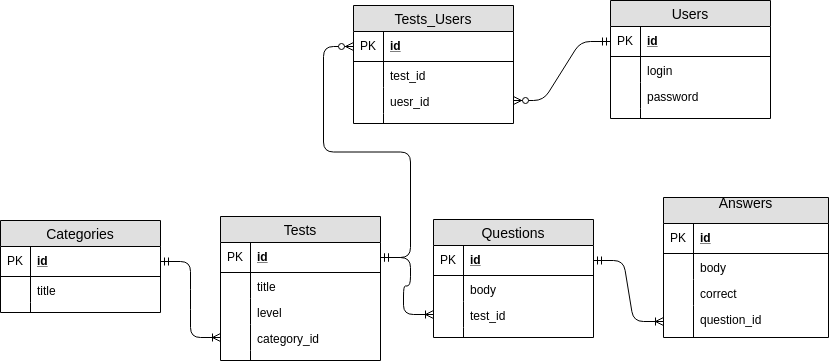
This is TestGuru-Page-1.png from Lerati00/my_test_repository, a draw.io export, as it was before one commit. Source tidied: cells renumbered, new cells last; positions are measured from the earlier drawing's top-left corner, leaving out a move shared by most shapes.
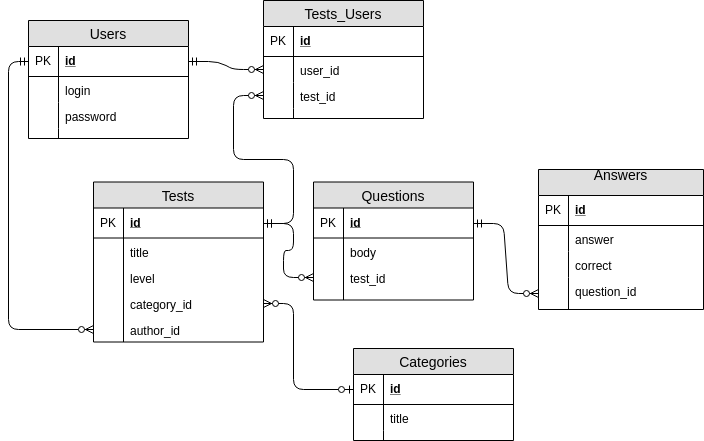
Later version of the same file.

Diff of the diagram source:
```diff
@@ -2,11 +2,8 @@
   <root>
     <mxCell id="0" />
     <mxCell id="1" parent="0" />
-    <mxCell id="2" style="edgeStyle=entityRelationEdgeStyle;fontSize=12;html=1;endArrow=ERmandOne;startArrow=ERzeroToMany;exitX=1;exitY=0.5;exitDx=0;exitDy=0;startFill=1;endFill=0;entryX=0;entryY=0.5;entryDx=0;entryDy=0;" parent="1" edge="1" source="53" target="40">
-      <mxGeometry relative="1" as="geometry" />
-    </mxCell>
     <mxCell id="3" value="Answers&#10;" style="swimlane;fontStyle=0;horizontal=1;startSize=26;fillColor=#e0e0e0;swimlaneFillColor=#ffffff;align=center;fontSize=14;" parent="1" vertex="1">
-      <mxGeometry x="663" y="197" width="165" height="140" as="geometry" />
+      <mxGeometry x="645" y="120" width="165" height="140" as="geometry" />
     </mxCell>
     <mxCell id="4" value="id" style="shape=partialRectangle;top=0;left=0;right=0;bottom=1;align=left;verticalAlign=middle;fillColor=none;spacingLeft=34;spacingRight=4;overflow=hidden;fontStyle=5;fontSize=12;" parent="3" vertex="1">
       <mxGeometry y="26" width="165" height="30" as="geometry" />
@@ -14,7 +11,7 @@
     <mxCell id="5" value="PK" style="shape=partialRectangle;top=0;left=0;bottom=0;fillColor=none;align=left;verticalAlign=middle;spacingLeft=4;spacingRight=4;overflow=hidden;fontSize=12;" parent="4" vertex="1">
       <mxGeometry width="30" height="30" as="geometry" />
     </mxCell>
-    <mxCell id="6" value="body&#10;&#10;" style="shape=partialRectangle;top=0;left=0;right=0;bottom=0;align=left;verticalAlign=top;fillColor=none;spacingLeft=34;spacingRight=4;overflow=hidden;fontSize=12;" parent="3" vertex="1">
+    <mxCell id="6" value="answer" style="shape=partialRectangle;top=0;left=0;right=0;bottom=0;align=left;verticalAlign=top;fillColor=none;spacingLeft=34;spacingRight=4;overflow=hidden;fontSize=12;" parent="3" vertex="1">
       <mxGeometry y="56" width="165" height="26" as="geometry" />
     </mxCell>
     <mxCell id="7" style="shape=partialRectangle;top=0;left=0;bottom=0;fillColor=none;align=left;verticalAlign=top;spacingLeft=4;spacingRight=4;overflow=hidden;fontSize=12;" parent="6" vertex="1">
@@ -33,7 +30,7 @@
       <mxGeometry width="30" height="32" as="geometry" />
     </mxCell>
     <mxCell id="12" value="Questions" style="swimlane;fontStyle=0;horizontal=1;startSize=26;fillColor=#e0e0e0;swimlaneFillColor=#ffffff;align=center;fontSize=14;" parent="1" vertex="1">
-      <mxGeometry x="433" y="219" width="160" height="118" as="geometry" />
+      <mxGeometry x="420" y="132.5" width="160" height="118" as="geometry" />
     </mxCell>
     <mxCell id="13" value="id" style="shape=partialRectangle;top=0;left=0;right=0;bottom=1;align=left;verticalAlign=middle;fillColor=none;spacingLeft=34;spacingRight=4;overflow=hidden;points=[[0,0.5],[1,0.5]];portConstraint=eastwest;fontStyle=5;fontSize=12;" parent="12" vertex="1">
       <mxGeometry y="26" width="160" height="30" as="geometry" />
@@ -60,40 +57,40 @@
       <mxGeometry width="30" height="10" as="geometry" />
     </mxCell>
     <mxCell id="21" value="Tests" style="swimlane;fontStyle=0;horizontal=1;startSize=26;fillColor=#e0e0e0;swimlaneFillColor=#ffffff;align=center;fontSize=14;" parent="1" vertex="1">
-      <mxGeometry x="220" y="216" width="160" height="144" as="geometry" />
+      <mxGeometry x="200" y="132.5" width="170" height="160" as="geometry" />
     </mxCell>
     <mxCell id="22" value="id" style="shape=partialRectangle;top=0;left=0;right=0;bottom=1;align=left;verticalAlign=middle;fillColor=none;spacingLeft=34;spacingRight=4;overflow=hidden;points=[[0,0.5],[1,0.5]];portConstraint=eastwest;fontStyle=5;fontSize=12;" parent="21" vertex="1">
-      <mxGeometry y="26" width="160" height="30" as="geometry" />
+      <mxGeometry y="26" width="170" height="30" as="geometry" />
     </mxCell>
     <mxCell id="23" value="PK" style="shape=partialRectangle;top=0;left=0;bottom=0;fillColor=none;align=left;verticalAlign=middle;spacingLeft=4;spacingRight=4;overflow=hidden;fontSize=12;" parent="22" vertex="1">
       <mxGeometry width="30" height="30" as="geometry" />
     </mxCell>
     <mxCell id="24" value="title" style="shape=partialRectangle;top=0;left=0;right=0;bottom=0;align=left;verticalAlign=top;fillColor=none;spacingLeft=34;spacingRight=4;overflow=hidden;fontSize=12;" parent="21" vertex="1">
-      <mxGeometry y="56" width="160" height="26" as="geometry" />
+      <mxGeometry y="56" width="170" height="26" as="geometry" />
     </mxCell>
     <mxCell id="25" style="shape=partialRectangle;top=0;left=0;bottom=0;fillColor=none;align=left;verticalAlign=top;spacingLeft=4;spacingRight=4;overflow=hidden;fontSize=12;" parent="24" vertex="1">
       <mxGeometry width="30" height="26" as="geometry" />
     </mxCell>
     <mxCell id="26" value="level" style="shape=partialRectangle;top=0;left=0;right=0;bottom=0;align=left;verticalAlign=top;fillColor=none;spacingLeft=34;spacingRight=4;overflow=hidden;fontSize=12;" parent="21" vertex="1">
-      <mxGeometry y="82" width="160" height="26" as="geometry" />
+      <mxGeometry y="82" width="170" height="26" as="geometry" />
     </mxCell>
     <mxCell id="27" style="shape=partialRectangle;top=0;left=0;bottom=0;fillColor=none;align=left;verticalAlign=top;spacingLeft=4;spacingRight=4;overflow=hidden;fontSize=12;" parent="26" vertex="1">
       <mxGeometry width="30" height="26" as="geometry" />
     </mxCell>
     <mxCell id="28" value="category_id" style="shape=partialRectangle;top=0;left=0;right=0;bottom=0;align=left;verticalAlign=top;fillColor=none;spacingLeft=34;spacingRight=4;overflow=hidden;points=[[0,0.5],[1,0.5]];portConstraint=eastwest;fontSize=12;" parent="21" vertex="1">
-      <mxGeometry y="108" width="160" height="26" as="geometry" />
+      <mxGeometry y="108" width="170" height="26" as="geometry" />
     </mxCell>
     <mxCell id="29" style="shape=partialRectangle;top=0;left=0;bottom=0;fillColor=none;align=left;verticalAlign=top;spacingLeft=4;spacingRight=4;overflow=hidden;fontSize=12;" parent="28" vertex="1">
       <mxGeometry width="30" height="26" as="geometry" />
     </mxCell>
-    <mxCell id="30" style="shape=partialRectangle;top=0;left=0;right=0;bottom=0;align=left;verticalAlign=top;fillColor=none;spacingLeft=34;spacingRight=4;overflow=hidden;points=[[0,0.5],[1,0.5]];portConstraint=eastwest;fontSize=12;" parent="21" vertex="1">
-      <mxGeometry y="134" width="160" height="10" as="geometry" />
+    <mxCell id="30" value="author_id&#10;&#10;" style="shape=partialRectangle;top=0;left=0;right=0;bottom=0;align=left;verticalAlign=top;fillColor=none;spacingLeft=34;spacingRight=4;overflow=hidden;points=[[0,0.5],[1,0.5]];portConstraint=eastwest;fontSize=12;" parent="21" vertex="1">
+      <mxGeometry y="134" width="170" height="26" as="geometry" />
     </mxCell>
     <mxCell id="31" style="shape=partialRectangle;top=0;left=0;bottom=0;fillColor=none;align=left;verticalAlign=top;spacingLeft=4;spacingRight=4;overflow=hidden;fontSize=12;" parent="30" vertex="1">
-      <mxGeometry width="30" height="10" as="geometry" />
+      <mxGeometry width="30" height="26" as="geometry" />
     </mxCell>
     <mxCell id="32" value="Categories" style="swimlane;fontStyle=0;horizontal=1;startSize=26;fillColor=#e0e0e0;swimlaneFillColor=#ffffff;align=center;fontSize=14;" parent="1" vertex="1">
-      <mxGeometry y="220" width="160" height="92" as="geometry" />
+      <mxGeometry x="460" y="299" width="160" height="92" as="geometry" />
     </mxCell>
     <mxCell id="33" value="id" style="shape=partialRectangle;top=0;left=0;right=0;bottom=1;align=left;verticalAlign=middle;fillColor=none;spacingLeft=34;spacingRight=4;overflow=hidden;points=[[0,0.5],[1,0.5]];portConstraint=eastwest;fontStyle=5;fontSize=12;" parent="32" vertex="1">
       <mxGeometry y="26" width="160" height="30" as="geometry" />
@@ -113,8 +110,35 @@
     <mxCell id="38" style="shape=partialRectangle;top=0;left=0;bottom=0;fillColor=none;align=left;verticalAlign=top;spacingLeft=4;spacingRight=4;overflow=hidden;fontSize=12;" parent="37" vertex="1">
       <mxGeometry width="30" height="10" as="geometry" />
     </mxCell>
+    <mxCell id="48" value="Tests_Users" style="swimlane;fontStyle=0;horizontal=1;startSize=26;fillColor=#e0e0e0;swimlaneFillColor=#ffffff;align=center;fontSize=14;" parent="1" vertex="1">
+      <mxGeometry x="370" y="-49" width="160" height="118" as="geometry" />
+    </mxCell>
+    <mxCell id="49" value="id" style="shape=partialRectangle;top=0;left=0;right=0;bottom=1;align=left;verticalAlign=middle;fillColor=none;spacingLeft=34;spacingRight=4;overflow=hidden;points=[[0,0.5],[1,0.5]];portConstraint=eastwest;fontStyle=5;fontSize=12;" parent="48" vertex="1">
+      <mxGeometry y="26" width="160" height="30" as="geometry" />
+    </mxCell>
+    <mxCell id="50" value="PK" style="shape=partialRectangle;top=0;left=0;bottom=0;fillColor=none;align=left;verticalAlign=middle;spacingLeft=4;spacingRight=4;overflow=hidden;fontSize=12;" parent="49" vertex="1">
+      <mxGeometry width="30" height="30" as="geometry" />
+    </mxCell>
+    <mxCell id="53" value="user_id" style="shape=partialRectangle;top=0;left=0;right=0;bottom=0;align=left;verticalAlign=top;fillColor=none;spacingLeft=34;spacingRight=4;overflow=hidden;points=[[0,0.5],[1,0.5]];portConstraint=eastwest;fontSize=12;" parent="48" vertex="1">
+      <mxGeometry y="56" width="160" height="26" as="geometry" />
+    </mxCell>
+    <mxCell id="54" style="shape=partialRectangle;top=0;left=0;bottom=0;fillColor=none;align=left;verticalAlign=top;spacingLeft=4;spacingRight=4;overflow=hidden;fontSize=12;" parent="53" vertex="1">
+      <mxGeometry width="30" height="26" as="geometry" />
+    </mxCell>
+    <mxCell id="51" value="test_id" style="shape=partialRectangle;top=0;left=0;right=0;bottom=0;align=left;verticalAlign=top;fillColor=none;spacingLeft=34;spacingRight=4;overflow=hidden;points=[[0,0.5],[1,0.5]];portConstraint=eastwest;fontSize=12;" parent="48" vertex="1">
+      <mxGeometry y="82" width="160" height="26" as="geometry" />
+    </mxCell>
+    <mxCell id="52" style="shape=partialRectangle;top=0;left=0;bottom=0;fillColor=none;align=left;verticalAlign=top;spacingLeft=4;spacingRight=4;overflow=hidden;fontSize=12;" parent="51" vertex="1">
+      <mxGeometry width="30" height="26" as="geometry" />
+    </mxCell>
+    <mxCell id="55" style="shape=partialRectangle;top=0;left=0;right=0;bottom=0;align=left;verticalAlign=top;fillColor=none;spacingLeft=34;spacingRight=4;overflow=hidden;fontSize=12;" parent="48" vertex="1">
+      <mxGeometry y="108" width="160" height="10" as="geometry" />
+    </mxCell>
+    <mxCell id="56" style="shape=partialRectangle;top=0;left=0;bottom=0;fillColor=none;align=left;verticalAlign=top;spacingLeft=4;spacingRight=4;overflow=hidden;fontSize=12;" parent="55" vertex="1">
+      <mxGeometry width="30" height="10" as="geometry" />
+    </mxCell>
     <mxCell id="39" value="Users" style="swimlane;fontStyle=0;horizontal=1;startSize=26;fillColor=#e0e0e0;swimlaneFillColor=#ffffff;align=center;fontSize=14;" parent="1" vertex="1">
-      <mxGeometry x="610" width="160" height="118" as="geometry" />
+      <mxGeometry x="135" y="-29" width="160" height="118" as="geometry" />
     </mxCell>
     <mxCell id="40" value="id" style="shape=partialRectangle;top=0;left=0;right=0;bottom=1;align=left;verticalAlign=middle;fillColor=none;spacingLeft=34;spacingRight=4;overflow=hidden;points=[[0,0.5],[1,0.5]];portConstraint=eastwest;fontStyle=5;fontSize=12;" parent="39" vertex="1">
       <mxGeometry y="26" width="160" height="30" as="geometry" />
@@ -140,44 +164,28 @@
     <mxCell id="47" style="shape=partialRectangle;top=0;left=0;bottom=0;fillColor=none;align=left;verticalAlign=top;spacingLeft=4;spacingRight=4;overflow=hidden;fontSize=12;" parent="46" vertex="1">
       <mxGeometry width="30" height="10" as="geometry" />
     </mxCell>
-    <mxCell id="48" value="Tests_Users" style="swimlane;fontStyle=0;horizontal=1;startSize=26;fillColor=#e0e0e0;swimlaneFillColor=#ffffff;align=center;fontSize=14;" parent="1" vertex="1">
-      <mxGeometry x="353" y="5" width="160" height="118" as="geometry" />
-    </mxCell>
-    <mxCell id="49" value="id" style="shape=partialRectangle;top=0;left=0;right=0;bottom=1;align=left;verticalAlign=middle;fillColor=none;spacingLeft=34;spacingRight=4;overflow=hidden;points=[[0,0.5],[1,0.5]];portConstraint=eastwest;fontStyle=5;fontSize=12;" parent="48" vertex="1">
-      <mxGeometry y="26" width="160" height="30" as="geometry" />
-    </mxCell>
-    <mxCell id="50" value="PK" style="shape=partialRectangle;top=0;left=0;bottom=0;fillColor=none;align=left;verticalAlign=middle;spacingLeft=4;spacingRight=4;overflow=hidden;fontSize=12;" parent="49" vertex="1">
-      <mxGeometry width="30" height="30" as="geometry" />
-    </mxCell>
-    <mxCell id="51" value="test_id" style="shape=partialRectangle;top=0;left=0;right=0;bottom=0;align=left;verticalAlign=top;fillColor=none;spacingLeft=34;spacingRight=4;overflow=hidden;points=[[0,0.5],[1,0.5]];portConstraint=eastwest;fontSize=12;" parent="48" vertex="1">
-      <mxGeometry y="56" width="160" height="26" as="geometry" />
-    </mxCell>
-    <mxCell id="52" style="shape=partialRectangle;top=0;left=0;bottom=0;fillColor=none;align=left;verticalAlign=top;spacingLeft=4;spacingRight=4;overflow=hidden;fontSize=12;" parent="51" vertex="1">
-      <mxGeometry width="30" height="26" as="geometry" />
-    </mxCell>
-    <mxCell id="53" value="uesr_id" style="shape=partialRectangle;top=0;left=0;right=0;bottom=0;align=left;verticalAlign=top;fillColor=none;spacingLeft=34;spacingRight=4;overflow=hidden;points=[[0,0.5],[1,0.5]];portConstraint=eastwest;fontSize=12;" parent="48" vertex="1">
-      <mxGeometry y="82" width="160" height="26" as="geometry" />
-    </mxCell>
-    <mxCell id="54" style="shape=partialRectangle;top=0;left=0;bottom=0;fillColor=none;align=left;verticalAlign=top;spacingLeft=4;spacingRight=4;overflow=hidden;fontSize=12;" parent="53" vertex="1">
-      <mxGeometry width="30" height="26" as="geometry" />
-    </mxCell>
-    <mxCell id="55" style="shape=partialRectangle;top=0;left=0;right=0;bottom=0;align=left;verticalAlign=top;fillColor=none;spacingLeft=34;spacingRight=4;overflow=hidden;fontSize=12;" parent="48" vertex="1">
-      <mxGeometry y="108" width="160" height="10" as="geometry" />
-    </mxCell>
-    <mxCell id="56" style="shape=partialRectangle;top=0;left=0;bottom=0;fillColor=none;align=left;verticalAlign=top;spacingLeft=4;spacingRight=4;overflow=hidden;fontSize=12;" parent="55" vertex="1">
-      <mxGeometry width="30" height="10" as="geometry" />
-    </mxCell>
-    <mxCell id="57" style="edgeStyle=entityRelationEdgeStyle;fontSize=12;html=1;endArrow=ERoneToMany;startArrow=ERmandOne;entryX=0;entryY=0.5;entryDx=0;entryDy=0;exitX=1;exitY=0.5;exitDx=0;exitDy=0;" parent="1" edge="1" source="13" target="10">
+    <mxCell id="57" style="edgeStyle=entityRelationEdgeStyle;fontSize=12;html=1;endArrow=ERzeroToMany;startArrow=ERmandOne;entryX=0;entryY=0.5;entryDx=0;entryDy=0;exitX=1;exitY=0.5;exitDx=0;exitDy=0;" parent="1" edge="1" source="13" target="10">
       <mxGeometry relative="1" as="geometry" />
     </mxCell>
-    <mxCell id="58" style="edgeStyle=entityRelationEdgeStyle;fontSize=12;html=1;endArrow=ERoneToMany;startArrow=ERmandOne;entryX=0;entryY=0.5;entryDx=0;entryDy=0;exitX=1;exitY=0.5;exitDx=0;exitDy=0;" parent="1" edge="1" source="22" target="17">
+    <mxCell id="58" style="edgeStyle=entityRelationEdgeStyle;fontSize=12;html=1;endArrow=ERzeroToMany;startArrow=ERmandOne;entryX=0;entryY=0.5;entryDx=0;entryDy=0;exitX=1;exitY=0.5;exitDx=0;exitDy=0;" parent="1" edge="1" source="22" target="17">
       <mxGeometry relative="1" as="geometry" />
     </mxCell>
-    <mxCell id="59" style="edgeStyle=entityRelationEdgeStyle;fontSize=12;html=1;endArrow=ERoneToMany;startArrow=ERmandOne;entryX=0;entryY=0.5;entryDx=0;entryDy=0;exitX=1;exitY=0.5;exitDx=0;exitDy=0;" parent="1" edge="1" source="33" target="28">
-      <mxGeometry relative="1" as="geometry" />
-    </mxCell>
-    <mxCell id="60" style="edgeStyle=entityRelationEdgeStyle;fontSize=12;html=1;endArrow=ERzeroToMany;startArrow=ERmandOne;exitX=1;exitY=0.5;exitDx=0;exitDy=0;entryX=0;entryY=0.5;entryDx=0;entryDy=0;" parent="1" edge="1" source="22" target="49">
-      <mxGeometry relative="1" as="geometry" />
-    </mxCell>
+    <mxCell id="61" style="edgeStyle=orthogonalEdgeStyle;rounded=1;jettySize=auto;html=1;entryX=0;entryY=0.5;entryDx=0;entryDy=0;exitX=1;exitY=0.5;exitDx=0;exitDy=0;endArrow=ERzeroToOne;endFill=1;startArrow=ERzeroToMany;startFill=1;" parent="1" edge="1" source="28" target="33">
+      <mxGeometry relative="1" as="geometry">
+        <Array as="points">
+          <mxPoint x="400" y="254" />
+          <mxPoint x="400" y="340" />
+        </Array>
+      </mxGeometry>
+    </mxCell>
+    <mxCell id="62" style="edgeStyle=entityRelationEdgeStyle;fontSize=12;html=1;endArrow=ERzeroToMany;startArrow=ERmandOne;entryX=0;entryY=0.5;entryDx=0;entryDy=0;exitX=1;exitY=0.5;exitDx=0;exitDy=0;" parent="1" edge="1" source="22" target="51">
+      <mxGeometry relative="1" as="geometry" />
+    </mxCell>
+    <mxCell id="63" style="edgeStyle=entityRelationEdgeStyle;fontSize=12;html=1;endArrow=ERzeroToMany;startArrow=ERmandOne;entryX=0;entryY=0.5;entryDx=0;entryDy=0;exitX=1;exitY=0.5;exitDx=0;exitDy=0;" parent="1" edge="1" source="40" target="53">
+      <mxGeometry relative="1" as="geometry" />
+    </mxCell>
+    <mxCell id="64" style="edgeStyle=orthogonalEdgeStyle;rounded=1;jettySize=auto;html=1;exitX=0;exitY=0.5;exitDx=0;exitDy=0;entryX=0;entryY=0.5;entryDx=0;entryDy=0;startArrow=ERzeroToMany;startFill=1;endArrow=ERmandOne;endFill=0;" parent="1" edge="1" source="30" target="40">
+      <mxGeometry relative="1" as="geometry" />
+    </mxCell>
   </root>
 </mxGraphModel>
```
